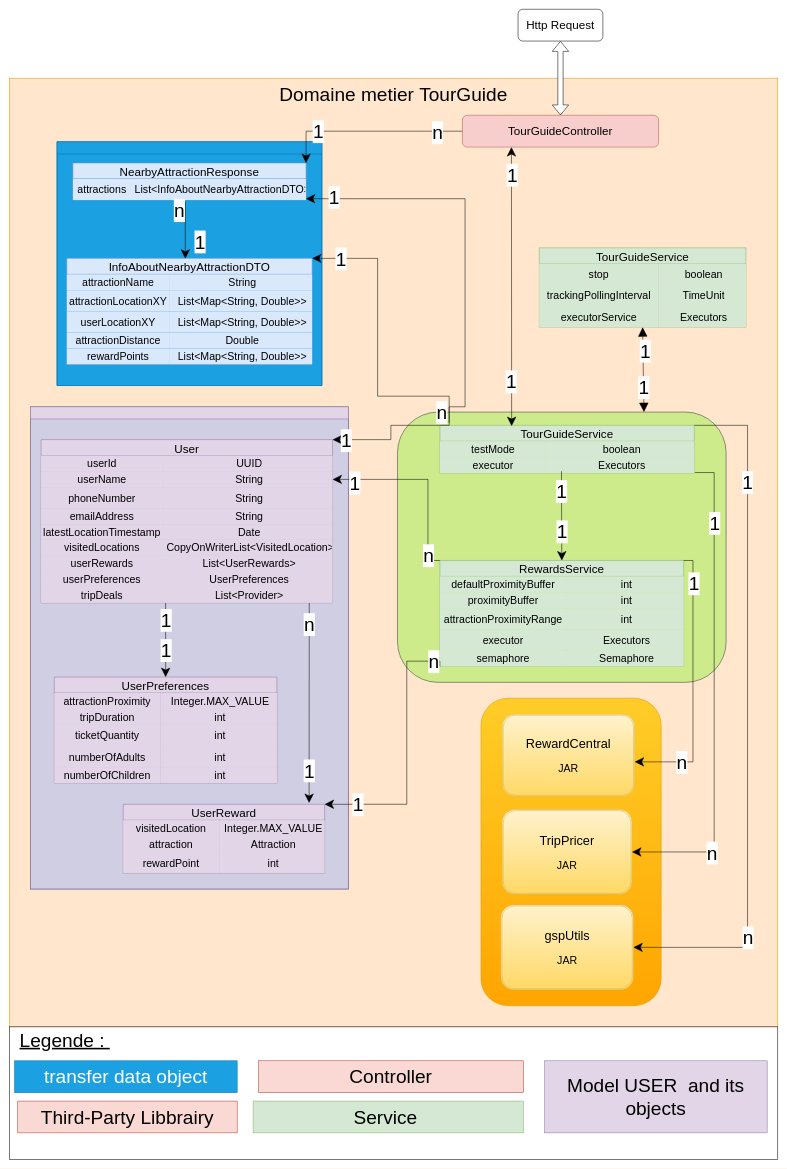
theryeddari/P8-TourGuide keeps this draw.io diagram as Diagramme sans nom.drawio. Above is the earlier version. Source tidied: cells renumbered, new cells numbered last; positions are measured from the earlier drawing's top-left corner, leaving out a move shared by most shapes. Both pictures are drawn from the tidied source at 53%, with x=0, y=0 at pixel (9, 9).
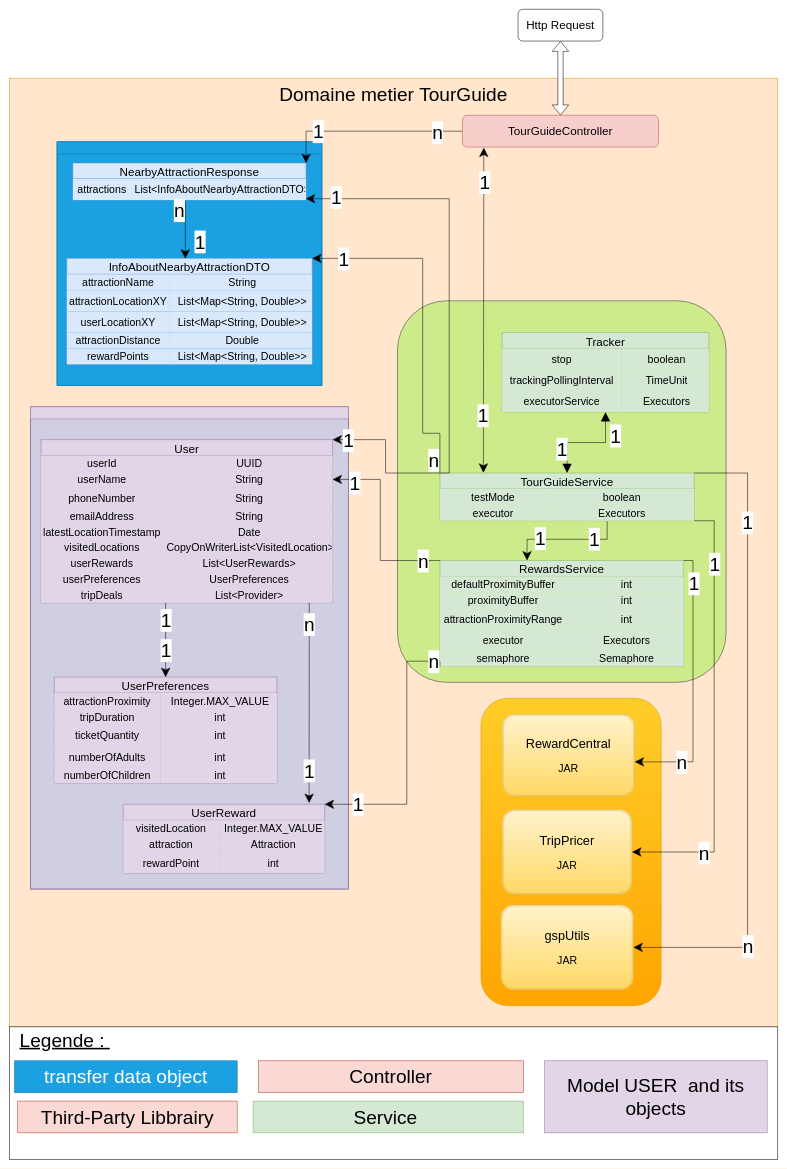
After the change.

Commit message (it also covers changes not shown here):
Mettre à jour Diagramme sans nom.drawio

The change refers to these unchanged cells:
```xml
<mxCell id="12" value="&lt;font style=&quot;font-size: 24px;&quot;&gt;gspUtils&lt;/font&gt;&lt;div&gt;&lt;font size=&quot;3&quot;&gt;&lt;br&gt;&lt;/font&gt;&lt;/div&gt;&lt;div&gt;&lt;font style=&quot;font-size: 20px;&quot;&gt;JAR&lt;/font&gt;&lt;/div&gt;" style="shape=ext;double=1;rounded=1;whiteSpace=wrap;html=1;fillColor=#fff2cc;gradientColor=#ffd966;strokeColor=#d6b656;" parent="1" vertex="1">
  <mxGeometry x="927.5" y="1690" width="250" height="160" as="geometry" />
</mxCell>
<mxCell id="14" value="&lt;font style=&quot;font-size: 24px;&quot;&gt;TripPricer&lt;/font&gt;&lt;div&gt;&lt;font size=&quot;3&quot;&gt;&lt;br&gt;&lt;/font&gt;&lt;/div&gt;&lt;div&gt;&lt;font style=&quot;font-size: 20px;&quot;&gt;JAR&lt;/font&gt;&lt;/div&gt;" style="shape=ext;double=1;rounded=1;whiteSpace=wrap;html=1;fillColor=#fff2cc;gradientColor=#ffd966;strokeColor=#d6b656;" parent="1" vertex="1">
  <mxGeometry x="930" y="1510" width="245" height="160" as="geometry" />
</mxCell>
<mxCell id="15" value="RewardsService" style="shape=table;startSize=30;childLayout=tableLayout;rowLines=0;fontStyle=0;strokeColor=#82b366;fontSize=22;fillColor=#d5e8d4;" parent="1" vertex="1">
  <mxGeometry x="812.5" y="1040" width="460" height="200" as="geometry" />
</mxCell>
<mxCell id="32" value="InfoAboutNearbyAttractionDTO" style="shape=table;startSize=30;childLayout=tableLayout;rowLines=0;fontStyle=0;strokeColor=#6c8ebf;fontSize=22;fillColor=#dae8fc;fillStyle=auto;" parent="31" vertex="1">
  <mxGeometry x="18.5" y="220" width="463" height="200" as="geometry" />
</mxCell>
<mxCell id="50" style="shape=tableRow;horizontal=0;startSize=0;swimlaneHead=0;swimlaneBody=0;top=0;left=0;bottom=0;right=0;fillColor=#dae8fc;points=[[0,0.5],[1,0.5]];portConstraint=eastwest;strokeColor=#6c8ebf;fontSize=16;" parent="49" vertex="1">
  <mxGeometry y="30" width="440" height="40" as="geometry" />
</mxCell>
<mxCell id="84" value="User" style="shape=table;startSize=30;childLayout=tableLayout;rowLines=0;fontStyle=0;strokeColor=#9673a6;fontSize=22;fillColor=#e1d5e7;" parent="57" vertex="1">
  <mxGeometry x="20" y="62" width="550" height="308" as="geometry" />
</mxCell>
<mxCell id="88" style="shape=tableRow;horizontal=0;startSize=0;swimlaneHead=0;swimlaneBody=0;top=0;left=0;bottom=0;right=0;fillColor=none;points=[[0,0.5],[1,0.5]];portConstraint=eastwest;strokeColor=inherit;fontSize=16;" parent="84" vertex="1">
  <mxGeometry y="60" width="550" height="30" as="geometry" />
</mxCell>
<mxCell id="149" value="&lt;font style=&quot;font-size: 22px;&quot;&gt;TourGuideController&lt;/font&gt;" style="rounded=1;whiteSpace=wrap;html=1;fillColor=#f8cecc;strokeColor=#b85450;" parent="1" vertex="1">
  <mxGeometry x="855" y="200" width="370" height="60" as="geometry" />
</mxCell>
```

Diff of the diagram source:
```diff
@@
     <mxCell id="3" style="rounded=1;whiteSpace=wrap;html=1;fillColor=#cdeb8b;strokeColor=#36393d;" parent="1" vertex="1">
-      <mxGeometry x="732.5" y="760" width="620" height="510" as="geometry" />
+      <mxGeometry x="732.5" y="550" width="620" height="720" as="geometry" />
     </mxCell>
@@
     <mxCell id="5" value="TourGuideService" style="shape=table;startSize=30;childLayout=tableLayout;rowLines=0;fontStyle=0;strokeColor=#82b366;fontSize=22;fillColor=#d5e8d4;" parent="1" vertex="1">
-      <mxGeometry x="812.5" y="785" width="480" height="90" as="geometry" />
+      <mxGeometry x="812.5" y="875" width="480" height="90" as="geometry" />
     </mxCell>
@@
     <mxCell id="118" style="endArrow=none;html=1;rounded=0;entryX=1;entryY=0;entryDx=0;entryDy=0;endFill=0;startArrow=classic;startFill=1;endSize=6;startSize=15;edgeStyle=orthogonalEdgeStyle;exitX=1;exitY=0.5;exitDx=0;exitDy=0;" parent="1" edge="1" source="12" target="5">
       <mxGeometry relative="1" as="geometry">
         <Array as="points">
           <mxPoint x="1393" y="1770" />
-          <mxPoint x="1393" y="785" />
+          <mxPoint x="1393" y="875" />
         </Array>
       </mxGeometry>
     </mxCell>
@@
-    <mxCell id="121" style="endArrow=none;html=1;rounded=0;exitX=1;exitY=0.5;exitDx=0;exitDy=0;entryX=1.002;entryY=0.969;entryDx=0;entryDy=0;entryPerimeter=0;endFill=0;startArrow=classic;startFill=1;startSize=15;edgeStyle=orthogonalEdgeStyle;" parent="1" edge="1" source="14">
+    <mxCell id="121" style="endArrow=none;html=1;rounded=0;exitX=1;exitY=0.5;exitDx=0;exitDy=0;entryX=1;entryY=1;entryDx=0;entryDy=0;endFill=0;startArrow=classic;startFill=1;startSize=15;edgeStyle=orthogonalEdgeStyle;" parent="1" edge="1" source="14" target="5">
       <mxGeometry relative="1" as="geometry">
-        <mxPoint x="1293.5" y="874.1" as="targetPoint" />
         <Array as="points">
           <mxPoint x="1330" y="1590" />
-          <mxPoint x="1330" y="874" />
+          <mxPoint x="1330" y="965" />
         </Array>
       </mxGeometry>
     </mxCell>
@@
     <mxCell id="127" style="endArrow=classic;html=1;rounded=0;exitX=0;exitY=0;exitDx=0;exitDy=0;entryX=1;entryY=0;entryDx=0;entryDy=0;edgeStyle=orthogonalEdgeStyle;endSize=15;" parent="1" edge="1" source="5" target="84">
       <mxGeometry relative="1" as="geometry">
         <Array as="points">
-          <mxPoint x="720" y="785" />
-          <mxPoint x="720" y="812" />
+          <mxPoint x="710" y="875" />
+          <mxPoint x="710" y="812" />
         </Array>
       </mxGeometry>
     </mxCell>
@@
     <mxCell id="129" value="&lt;font style=&quot;font-size: 36px;&quot;&gt;n&lt;/font&gt;" style="edgeLabel;html=1;align=center;verticalAlign=middle;" parent="127" vertex="1">
       <mxGeometry x="-0.81" y="-2" relative="1" as="geometry">
-        <mxPoint x="25" y="-23" as="offset" />
+        <mxPoint x="13" y="-23" as="offset" />
       </mxGeometry>
     </mxCell>
     <mxCell id="130" style="endArrow=classic;html=1;rounded=0;entryX=1;entryY=0.5;entryDx=0;entryDy=0;exitX=0;exitY=0;exitDx=0;exitDy=0;endSize=15;edgeStyle=orthogonalEdgeStyle;" parent="1" edge="1" source="15" target="88">
       <mxGeometry relative="1" as="geometry">
         <Array as="points">
-          <mxPoint x="790" y="1040" />
-          <mxPoint x="790" y="887" />
+          <mxPoint x="700" y="1040" />
+          <mxPoint x="700" y="887" />
         </Array>
       </mxGeometry>
     </mxCell>
@@
-    <mxCell id="136" style="endArrow=classic;html=1;rounded=0;entryX=0.5;entryY=0;entryDx=0;entryDy=0;exitX=0.478;exitY=0.887;exitDx=0;exitDy=0;exitPerimeter=0;endSize=15;" parent="1" edge="1" target="15">
+    <mxCell id="136" style="endArrow=classic;html=1;rounded=0;entryX=0.5;entryY=0;entryDx=0;entryDy=0;exitX=0.794;exitY=1.029;exitDx=0;exitDy=0;exitPerimeter=0;endSize=15;edgeStyle=orthogonalEdgeStyle;" parent="1" edge="1">
       <mxGeometry relative="1" as="geometry">
-        <mxPoint x="1041.9" y="871.6" as="sourcePoint" />
+        <mxPoint x="1128.1" y="965.9" as="sourcePoint" />
+        <mxPoint x="976.9" y="1040" as="targetPoint" />
+        <Array as="points">
+          <mxPoint x="1128" y="1000" />
+          <mxPoint x="977" y="1000" />
+        </Array>
       </mxGeometry>
     </mxCell>
     <mxCell id="137" value="&lt;font style=&quot;font-size: 36px;&quot;&gt;1&lt;/font&gt;" style="edgeLabel;html=1;align=center;verticalAlign=middle;" parent="136" vertex="1">
       <mxGeometry x="-0.69" relative="1" as="geometry">
-        <mxPoint y="12" as="offset" />
+        <mxPoint x="-24" y="-1" as="offset" />
       </mxGeometry>
     </mxCell>
     <mxCell id="138" value="&lt;font style=&quot;font-size: 36px;&quot;&gt;1&lt;/font&gt;" style="edgeLabel;html=1;align=center;verticalAlign=middle;" parent="136" vertex="1">
       <mxGeometry x="0.55" relative="1" as="geometry">
-        <mxPoint y="-17" as="offset" />
+        <mxPoint x="14" y="-2" as="offset" />
       </mxGeometry>
     </mxCell>
     <mxCell id="139" style="endArrow=classic;html=1;rounded=0;entryX=1;entryY=0;entryDx=0;entryDy=0;edgeStyle=orthogonalEdgeStyle;startSize=6;endSize=15;exitX=0;exitY=0;exitDx=0;exitDy=0;" parent="1" edge="1" source="5" target="32">
       <mxGeometry relative="1" as="geometry">
         <Array as="points">
-          <mxPoint x="830" y="785" />
-          <mxPoint x="830" y="730" />
-          <mxPoint x="695" y="730" />
-          <mxPoint x="695" y="470" />
+          <mxPoint x="812" y="800" />
+          <mxPoint x="780" y="800" />
+          <mxPoint x="780" y="470" />
         </Array>
       </mxGeometry>
     </mxCell>
@@
-    <mxCell id="141" style="endArrow=classic;html=1;rounded=0;edgeStyle=orthogonalEdgeStyle;endSize=15;entryX=0.999;entryY=0.936;entryDx=0;entryDy=0;entryPerimeter=0;" parent="1" edge="1" target="50">
+    <mxCell id="141" style="endArrow=classic;html=1;rounded=0;edgeStyle=orthogonalEdgeStyle;endSize=15;entryX=0.999;entryY=0.936;entryDx=0;entryDy=0;entryPerimeter=0;exitX=0;exitY=0;exitDx=0;exitDy=0;" parent="1" edge="1" source="5" target="50">
       <mxGeometry relative="1" as="geometry">
-        <mxPoint x="830" y="780" as="sourcePoint" />
         <Array as="points">
-          <mxPoint x="830" y="750" />
-          <mxPoint x="860" y="750" />
-          <mxPoint x="860" y="357" />
+          <mxPoint x="830" y="875" />
+          <mxPoint x="830" y="357" />
         </Array>
       </mxGeometry>
     </mxCell>
@@
-    <mxCell id="143" style="endArrow=classic;html=1;rounded=0;exitX=0.25;exitY=1;exitDx=0;exitDy=0;startArrow=classic;startFill=1;endSize=15;startSize=15;entryX=0.282;entryY=0.015;entryDx=0;entryDy=0;entryPerimeter=0;" parent="1" edge="1" source="149" target="5">
+    <mxCell id="143" style="endArrow=classic;html=1;rounded=0;exitX=0.109;exitY=1.017;exitDx=0;exitDy=0;startArrow=classic;startFill=1;endSize=15;startSize=15;entryX=0.171;entryY=-0.006;entryDx=0;entryDy=0;entryPerimeter=0;exitPerimeter=0;" parent="1" edge="1" source="149" target="5">
       <mxGeometry relative="1" as="geometry" />
     </mxCell>
@@
-    <mxCell id="160" value="TourGuideService" style="shape=table;startSize=30;childLayout=tableLayout;rowLines=0;fontStyle=0;strokeColor=#82b366;fontSize=22;fillColor=#d5e8d4;" parent="1" vertex="1">
-      <mxGeometry x="1000" y="450" width="390" height="150" as="geometry" />
+    <mxCell id="160" value="Tracker" style="shape=table;startSize=30;childLayout=tableLayout;rowLines=0;fontStyle=0;strokeColor=#82b366;fontSize=22;fillColor=#d5e8d4;" parent="1" vertex="1">
+      <mxGeometry x="930" y="610" width="390" height="150" as="geometry" />
     </mxCell>
@@
-    <mxCell id="170" style="endArrow=block;startArrow=block;endFill=1;startFill=1;html=1;rounded=0;entryX=0.75;entryY=0;entryDx=0;entryDy=0;exitX=0.5;exitY=1;exitDx=0;exitDy=0;endSize=15;startSize=15;" parent="1" edge="1" source="160" target="3">
+    <mxCell id="170" style="endArrow=block;startArrow=block;endFill=1;startFill=1;html=1;rounded=0;entryX=0.5;entryY=0;entryDx=0;entryDy=0;exitX=0.5;exitY=1;exitDx=0;exitDy=0;endSize=15;startSize=15;edgeStyle=orthogonalEdgeStyle;" parent="1" edge="1" source="160" target="5">
       <mxGeometry relative="1" as="geometry" />
     </mxCell>
     <mxCell id="171" value="1" style="edgeLabel;html=1;align=center;verticalAlign=middle;fontSize=36;" parent="170" vertex="1">
-      <mxGeometry x="0.42" relative="1" as="geometry" />
+      <mxGeometry x="0.42" relative="1" as="geometry">
+        <mxPoint x="-10" y="9" as="offset" />
+      </mxGeometry>
     </mxCell>
     <mxCell id="172" value="1" style="edgeLabel;html=1;align=center;verticalAlign=middle;fontSize=36;" parent="1" vertex="1">
-      <mxGeometry x="1206.8" y="710" as="geometry">
+      <mxGeometry x="1150" y="870" as="geometry">
         <mxPoint x="-7" y="-66" as="offset" />
       </mxGeometry>
     </mxCell>
```
